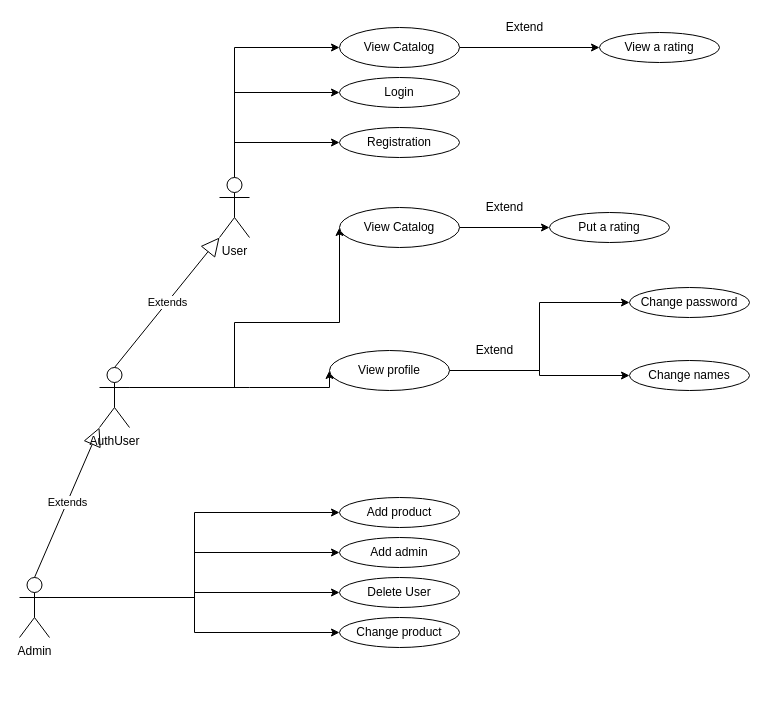
Above: Untitled Diagram.drawio in Deeathwiing/brackets (draw.io), before the change. Source tidied: cells renumbered, new cells numbered last; positions are measured from the earlier drawing's top-left corner, leaving out a move shared by most shapes. Both pictures are drawn from the tidied source at 100%, with x=0, y=0 at pixel (19, 17).
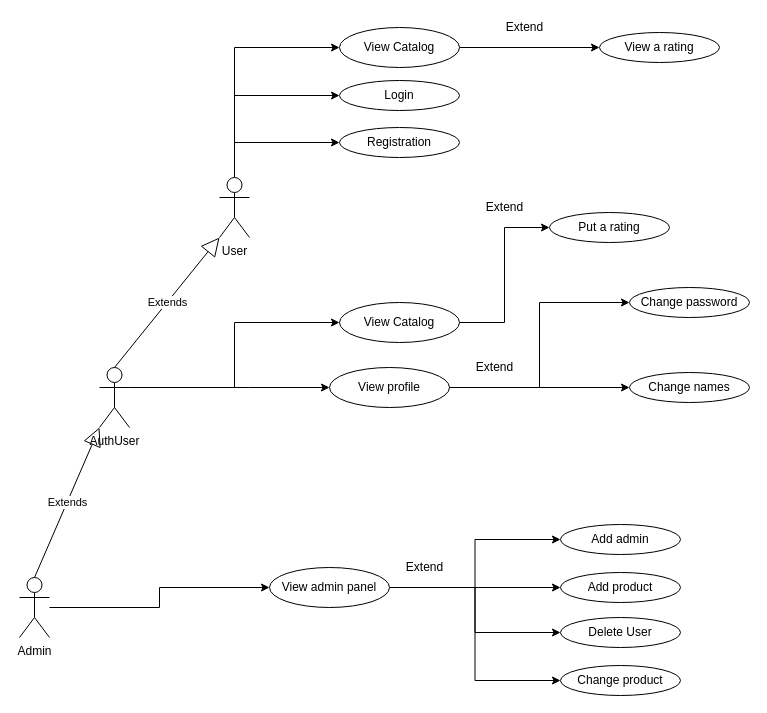
The same page after the edit.

Unchanged cells that the change refers to:
```xml
<mxCell id="6" value="Admin" style="shape=umlActor;verticalLabelPosition=bottom;verticalAlign=top;html=1;outlineConnect=0;" parent="1" vertex="1">
  <mxGeometry y="560" width="30" height="60" as="geometry" />
</mxCell>
```

Change to the diagram source:
```diff
@@
-    <mxCell id="2" style="edgeStyle=orthogonalEdgeStyle;rounded=0;jettySize=auto;html=1;exitX=1;exitY=0.3333333333333333;exitDx=0;exitDy=0;exitPerimeter=0;entryX=0;entryY=0.5;entryDx=0;entryDy=0;" parent="1" edge="1" source="6" target="21">
-      <mxGeometry relative="1" as="geometry" />
-    </mxCell>
-    <mxCell id="3" style="edgeStyle=orthogonalEdgeStyle;rounded=0;jettySize=auto;html=1;exitX=1;exitY=0.3333333333333333;exitDx=0;exitDy=0;exitPerimeter=0;entryX=0;entryY=0.5;entryDx=0;entryDy=0;" parent="1" edge="1" source="6" target="22">
-      <mxGeometry relative="1" as="geometry" />
-    </mxCell>
-    <mxCell id="4" style="edgeStyle=orthogonalEdgeStyle;rounded=0;jettySize=auto;html=1;exitX=1;exitY=0.3333333333333333;exitDx=0;exitDy=0;exitPerimeter=0;entryX=0;entryY=0.5;entryDx=0;entryDy=0;" parent="1" edge="1" source="6" target="23">
-      <mxGeometry relative="1" as="geometry" />
-    </mxCell>
-    <mxCell id="5" style="edgeStyle=orthogonalEdgeStyle;rounded=0;jettySize=auto;html=1;exitX=1;exitY=0.3333333333333333;exitDx=0;exitDy=0;exitPerimeter=0;" parent="1" edge="1" source="6" target="24">
-      <mxGeometry relative="1" as="geometry" />
-    </mxCell>
+    <mxCell id="36" style="edgeStyle=orthogonalEdgeStyle;rounded=0;jettySize=auto;html=1;entryX=0;entryY=0.5;entryDx=0;entryDy=0;" parent="1" edge="1" source="6" target="41">
+      <mxGeometry relative="1" as="geometry" />
+    </mxCell>
@@
     <mxCell id="16" value="Login" style="ellipse;whiteSpace=wrap;html=1;" parent="1" vertex="1">
-      <mxGeometry x="320" y="60" width="120" height="30" as="geometry" />
+      <mxGeometry x="320" y="63" width="120" height="30" as="geometry" />
     </mxCell>
@@
     <mxCell id="20" value="Change names" style="ellipse;whiteSpace=wrap;html=1;" parent="1" vertex="1">
-      <mxGeometry x="610" y="343" width="120" height="30" as="geometry" />
+      <mxGeometry x="610" y="355" width="120" height="30" as="geometry" />
     </mxCell>
     <mxCell id="21" value="Add product" style="ellipse;whiteSpace=wrap;html=1;" parent="1" vertex="1">
-      <mxGeometry x="320" y="480" width="120" height="30" as="geometry" />
+      <mxGeometry x="541" y="555" width="120" height="30" as="geometry" />
     </mxCell>
     <mxCell id="22" value="Add admin" style="ellipse;whiteSpace=wrap;html=1;" parent="1" vertex="1">
-      <mxGeometry x="320" y="520" width="120" height="30" as="geometry" />
+      <mxGeometry x="541" y="507" width="120" height="30" as="geometry" />
     </mxCell>
     <mxCell id="23" value="Delete User" style="ellipse;whiteSpace=wrap;html=1;" parent="1" vertex="1">
-      <mxGeometry x="320" y="560" width="120" height="30" as="geometry" />
+      <mxGeometry x="541" y="600" width="120" height="30" as="geometry" />
     </mxCell>
     <mxCell id="24" value="Change product" style="ellipse;whiteSpace=wrap;html=1;" parent="1" vertex="1">
-      <mxGeometry x="320" y="600" width="120" height="30" as="geometry" />
+      <mxGeometry x="541" y="648" width="120" height="30" as="geometry" />
     </mxCell>
@@
     <mxCell id="30" value="View Catalog" style="ellipse;whiteSpace=wrap;html=1;" parent="1" vertex="1">
-      <mxGeometry x="320" y="190" width="120" height="40" as="geometry" />
+      <mxGeometry x="320" y="285" width="120" height="40" as="geometry" />
     </mxCell>
@@
     <mxCell id="34" value="View profile" style="ellipse;whiteSpace=wrap;html=1;" parent="1" vertex="1">
-      <mxGeometry x="310" y="333" width="120" height="40" as="geometry" />
+      <mxGeometry x="310" y="350" width="120" height="40" as="geometry" />
     </mxCell>
     <mxCell id="35" value="Extend" style="text;html=1;align=center;verticalAlign=middle;" parent="1" vertex="1">
-      <mxGeometry x="450" y="323" width="50" height="20" as="geometry" />
+      <mxGeometry x="450" y="340" width="50" height="20" as="geometry" />
     </mxCell>
+    <mxCell id="37" style="edgeStyle=orthogonalEdgeStyle;rounded=0;jettySize=auto;html=1;" parent="1" edge="1" source="41" target="21">
+      <mxGeometry relative="1" as="geometry" />
+    </mxCell>
+    <mxCell id="38" style="edgeStyle=orthogonalEdgeStyle;rounded=0;jettySize=auto;html=1;entryX=0;entryY=0.5;entryDx=0;entryDy=0;" parent="1" edge="1" source="41" target="22">
+      <mxGeometry relative="1" as="geometry" />
+    </mxCell>
+    <mxCell id="39" style="edgeStyle=orthogonalEdgeStyle;rounded=0;jettySize=auto;html=1;entryX=0;entryY=0.5;entryDx=0;entryDy=0;" parent="1" edge="1" source="41" target="23">
+      <mxGeometry relative="1" as="geometry" />
+    </mxCell>
+    <mxCell id="40" style="edgeStyle=orthogonalEdgeStyle;rounded=0;jettySize=auto;html=1;entryX=0;entryY=0.5;entryDx=0;entryDy=0;" parent="1" edge="1" source="41" target="24">
+      <mxGeometry relative="1" as="geometry" />
+    </mxCell>
+    <mxCell id="41" value="View admin panel" style="ellipse;whiteSpace=wrap;html=1;" parent="1" vertex="1">
+      <mxGeometry x="250" y="550" width="120" height="40" as="geometry" />
+    </mxCell>
+    <mxCell id="42" value="Extend" style="text;html=1;align=center;verticalAlign=middle;" parent="1" vertex="1">
+      <mxGeometry x="380" y="540" width="50" height="20" as="geometry" />
+    </mxCell>
```
